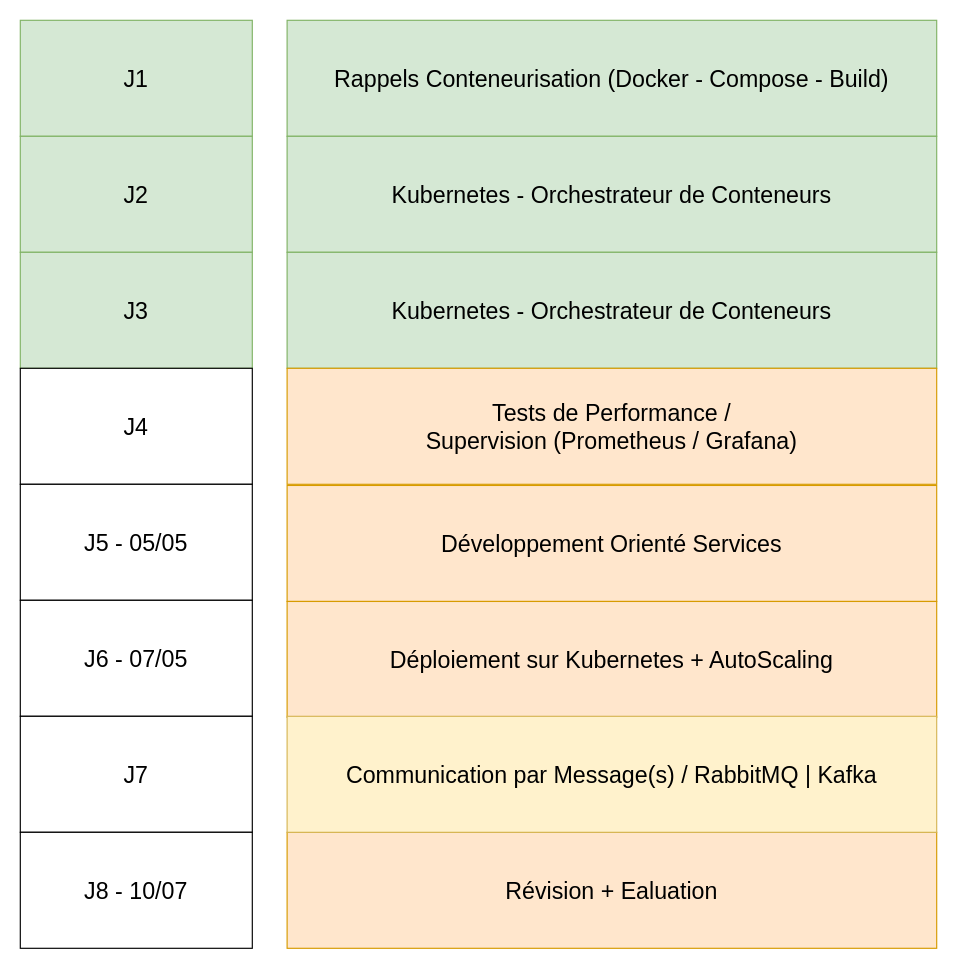
This is page "planning" (1 of 11) of planning.drawio from argonaultes-education/hexagone-3b-3INSI-2026, a draw.io file, before an edit. Source tidied: cells renumbered, new cells numbered last; positions are measured from the earlier drawing's top-left corner, leaving out a move shared by most shapes. Both pictures are drawn from the tidied source at 116%, with x=0, y=0 at pixel (20, 20).
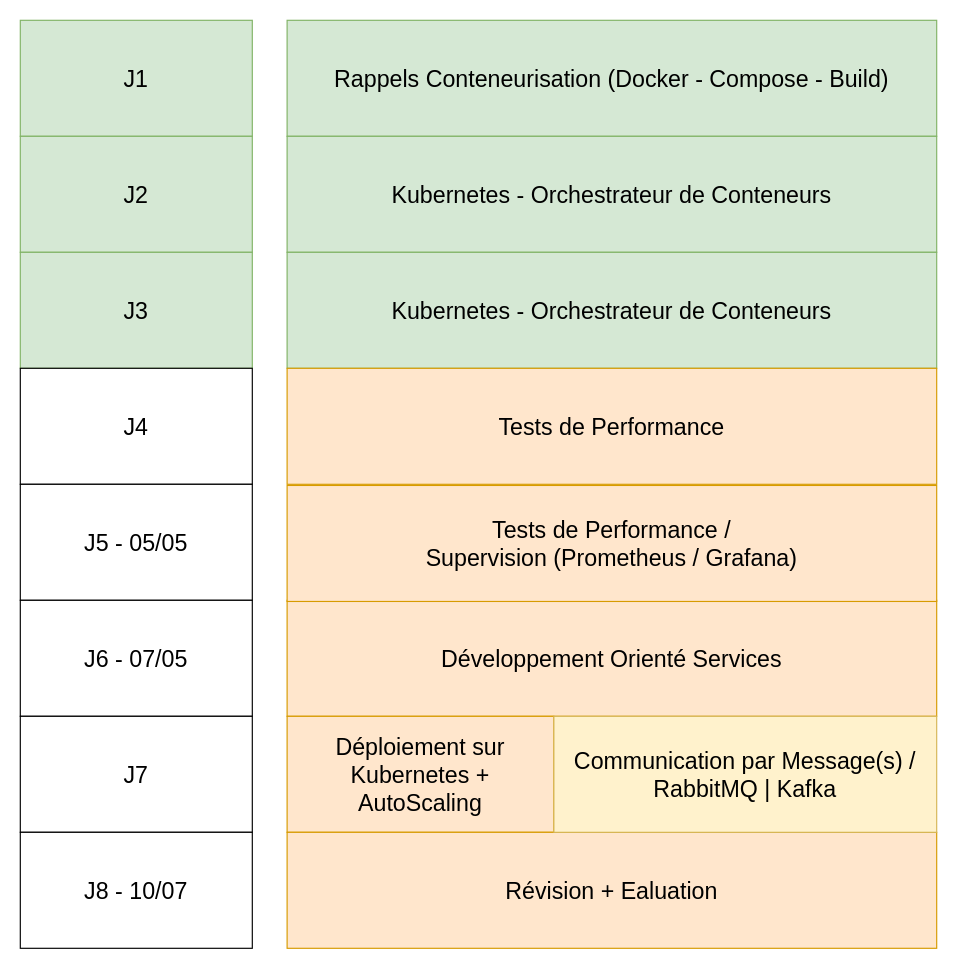
The same page after the edit.

Commit message (it also covers changes not shown here):
exercice 2 performance definition

Change to the diagram source:
```diff
@@
 <mxGraphModel>
   <root>
     <mxCell id="0" />
     <mxCell id="1" parent="0" />
     <mxCell id="2" value="J1" style="rounded=0;whiteSpace=wrap;html=1;fontSize=20;fillColor=#d5e8d4;strokeColor=#82b366;" parent="1" vertex="1">
       <mxGeometry width="200" height="100" as="geometry" />
     </mxCell>
     <mxCell id="3" value="J2" style="rounded=0;whiteSpace=wrap;html=1;fontSize=20;fillColor=#d5e8d4;strokeColor=#82b366;" parent="1" vertex="1">
       <mxGeometry y="100" width="200" height="100" as="geometry" />
     </mxCell>
     <mxCell id="4" value="J3" style="rounded=0;whiteSpace=wrap;html=1;fontSize=20;fillColor=#d5e8d4;strokeColor=#82b366;" parent="1" vertex="1">
       <mxGeometry y="200" width="200" height="100" as="geometry" />
     </mxCell>
     <mxCell id="5" value="J4" style="rounded=0;whiteSpace=wrap;html=1;fontSize=20;" parent="1" vertex="1">
       <mxGeometry y="300" width="200" height="100" as="geometry" />
     </mxCell>
     <mxCell id="6" value="J5 - 05/05" style="rounded=0;whiteSpace=wrap;html=1;fontSize=20;" parent="1" vertex="1">
       <mxGeometry y="400" width="200" height="100" as="geometry" />
     </mxCell>
     <mxCell id="7" value="J6 - 07/05" style="rounded=0;whiteSpace=wrap;html=1;fontSize=20;" parent="1" vertex="1">
       <mxGeometry y="500" width="200" height="100" as="geometry" />
     </mxCell>
     <mxCell id="8" value="J7" style="rounded=0;whiteSpace=wrap;html=1;fontSize=20;" parent="1" vertex="1">
       <mxGeometry y="600" width="200" height="100" as="geometry" />
     </mxCell>
     <mxCell id="9" value="J8 - 10/07" style="rounded=0;whiteSpace=wrap;html=1;fontSize=20;" parent="1" vertex="1">
       <mxGeometry y="700" width="200" height="100" as="geometry" />
     </mxCell>
     <mxCell id="10" value="Rappels Conteneurisation (Docker - Compose - Build)" style="rounded=0;whiteSpace=wrap;html=1;fontSize=20;fillColor=#d5e8d4;strokeColor=#82b366;" parent="1" vertex="1">
       <mxGeometry x="230" width="560" height="100" as="geometry" />
     </mxCell>
     <mxCell id="11" value="Kubernetes - Orchestrateur de Conteneurs" style="rounded=0;whiteSpace=wrap;html=1;fontSize=20;fillColor=#d5e8d4;strokeColor=#82b366;" parent="1" vertex="1">
       <mxGeometry x="230" y="100" width="560" height="100" as="geometry" />
     </mxCell>
     <mxCell id="12" value="Kubernetes - Orchestrateur de Conteneurs" style="rounded=0;whiteSpace=wrap;html=1;fontSize=20;fillColor=#d5e8d4;strokeColor=#82b366;" parent="1" vertex="1">
       <mxGeometry x="230" y="200" width="560" height="100" as="geometry" />
     </mxCell>
-    <mxCell id="13" value="Tests de Performance /&lt;div&gt;Supervision (Prometheus / Grafana)&lt;/div&gt;" style="rounded=0;whiteSpace=wrap;html=1;fontSize=20;fillColor=#ffe6cc;strokeColor=#d79b00;" parent="1" vertex="1">
+    <mxCell id="13" value="Tests de Performance" style="rounded=0;whiteSpace=wrap;html=1;fontSize=20;fillColor=#ffe6cc;strokeColor=#d79b00;" parent="1" vertex="1">
       <mxGeometry x="230" y="300" width="560" height="100" as="geometry" />
     </mxCell>
     <mxCell id="14" value="Développement Orienté Services" style="rounded=0;whiteSpace=wrap;html=1;fontSize=20;fillColor=#ffe6cc;strokeColor=#d79b00;" parent="1" vertex="1">
-      <mxGeometry x="230" y="401" width="560" height="100" as="geometry" />
+      <mxGeometry x="230" y="500" width="560" height="100" as="geometry" />
     </mxCell>
     <mxCell id="15" value="Déploiement sur Kubernetes + AutoScaling" style="rounded=0;whiteSpace=wrap;html=1;fontSize=20;fillColor=#ffe6cc;strokeColor=#d79b00;" parent="1" vertex="1">
-      <mxGeometry x="230" y="501" width="560" height="100" as="geometry" />
+      <mxGeometry x="230" y="600" width="230" height="100" as="geometry" />
     </mxCell>
     <mxCell id="16" value="Révision + Ealuation" style="rounded=0;whiteSpace=wrap;html=1;fontSize=20;fillColor=#ffe6cc;strokeColor=#d79b00;" parent="1" vertex="1">
       <mxGeometry x="230" y="700" width="560" height="100" as="geometry" />
     </mxCell>
     <mxCell id="17" value="Communication par Message(s) / RabbitMQ | Kafka" style="rounded=0;whiteSpace=wrap;html=1;fontSize=20;fillColor=#fff2cc;strokeColor=#d6b656;" parent="1" vertex="1">
-      <mxGeometry x="230" y="600" width="560" height="100" as="geometry" />
+      <mxGeometry x="460" y="600" width="330" height="100" as="geometry" />
     </mxCell>
+    <mxCell id="18" value="Tests de Performance /&lt;div&gt;Supervision (Prometheus / Grafana)&lt;/div&gt;" style="rounded=0;whiteSpace=wrap;html=1;fontSize=20;fillColor=#ffe6cc;strokeColor=#d79b00;" parent="1" vertex="1">
+      <mxGeometry x="230" y="401" width="560" height="100" as="geometry" />
+    </mxCell>
   </root>
 </mxGraphModel>
```
